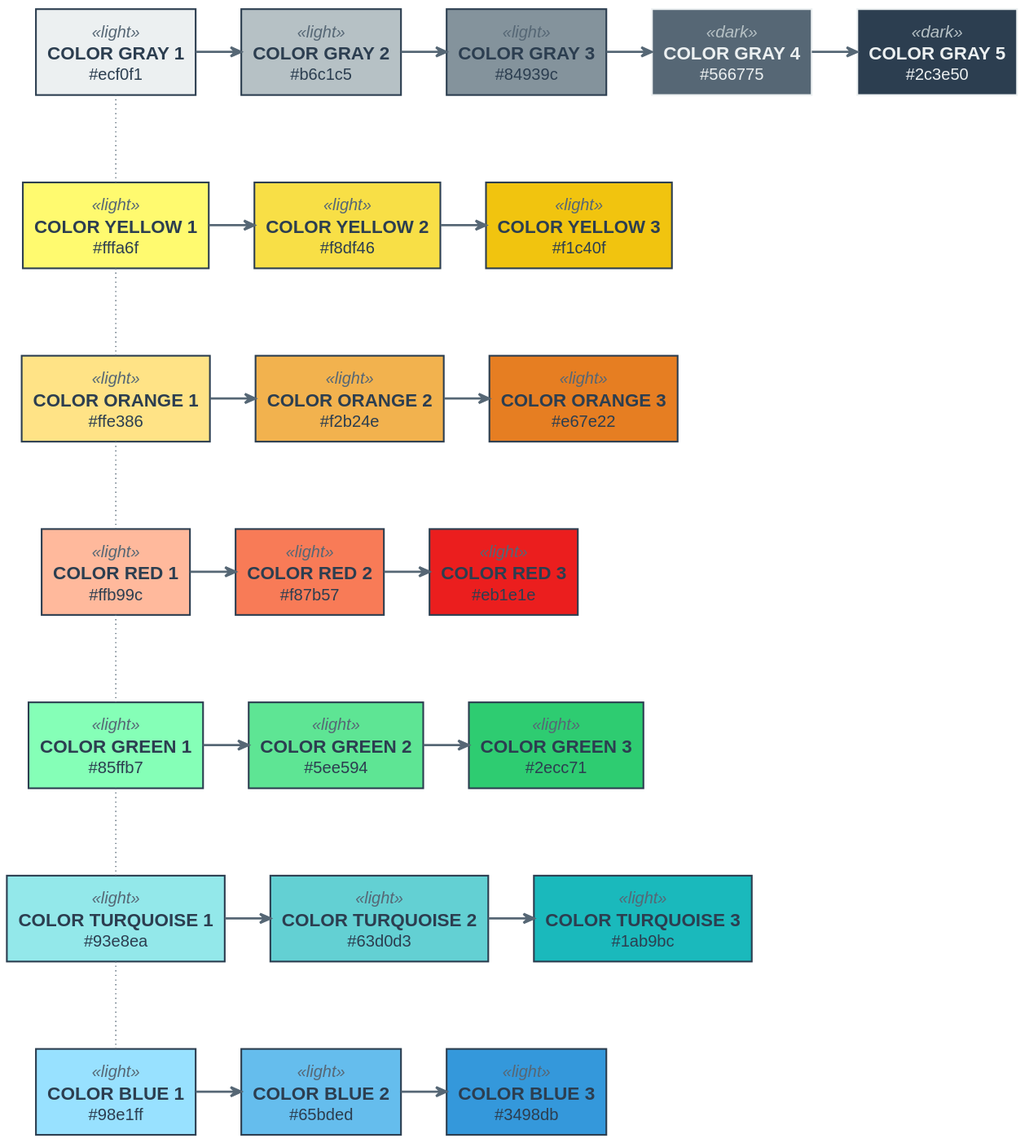
N0N4M3pl/plantuml-C4 keeps this PlantUML diagram as example/diagrams/doc.component.svg. Above is the earlier version. Its diagram source:
```plantuml
@startuml doc.component





skinparam defaultTextAlignment center
skinparam wrapWidth 200
skinparam maxMessageSize 150



















skinparam Note {
    FontColor #566775
    BackgroundColor white
    BorderColor #b6c1c5
}


skinparam actor<<person>> {
    StereotypeFontColor #2c3e50
    FontColor #2c3e50
    BackgroundColor #566775
    BorderColor #566775
    Shadowing false
}

skinparam Arrow {
    FontColor #2c3e50
    Color #566775
    FontSize 12
}



skinparam rectangle<<light>> {
    StereotypeFontColor #566775
    FontColor #2c3e50
    BorderColor #2c3e50
    Shadowing false
}

skinparam rectangle<<dark>> {
    StereotypeFontColor #b6c1c5
    FontColor #ecf0f1
    BorderColor #ecf0f1
    Shadowing false
}

top to bottom direction


rectangle "==COLOR GRAY 1\n#ecf0f1" <<light>> as ALIAS_COLOR_GRAY_1 #ecf0f1
rectangle "==COLOR GRAY 2\n#b6c1c5" <<light>> as ALIAS_COLOR_GRAY_2 #b6c1c5
rectangle "==COLOR GRAY 3\n#84939c" <<light>> as ALIAS_COLOR_GRAY_3 #84939c
rectangle "==COLOR GRAY 4\n#566775" <<dark>> as ALIAS_COLOR_GRAY_4 #566775
rectangle "==COLOR GRAY 5\n#2c3e50" <<dark>> as ALIAS_COLOR_GRAY_5 #2c3e50

rectangle "==COLOR YELLOW 1\n#fffa6f" <<light>> as ALIAS_COLOR_YELLOW_1 #fffa6f
rectangle "==COLOR YELLOW 2\n#f8df46" <<light>> as ALIAS_COLOR_YELLOW_2 #f8df46
rectangle "==COLOR YELLOW 3\n#f1c40f" <<light>> as ALIAS_COLOR_YELLOW_3 #f1c40f

rectangle "==COLOR ORANGE 1\n#ffe386" <<light>> as ALIAS_COLOR_ORANGE_1 #ffe386
rectangle "==COLOR ORANGE 2\n#f2b24e" <<light>> as ALIAS_COLOR_ORANGE_2 #f2b24e
rectangle "==COLOR ORANGE 3\n#e67e22" <<light>> as ALIAS_COLOR_ORANGE_3 #e67e22

rectangle "==COLOR RED 1\n#ffb99c" <<light>> as ALIAS_COLOR_RED_1 #ffb99c
rectangle "==COLOR RED 2\n#f87b57" <<light>> as ALIAS_COLOR_RED_2 #f87b57
rectangle "==COLOR RED 3\n#eb1e1e" <<light>> as ALIAS_COLOR_RED_3 #eb1e1e

rectangle "==COLOR GREEN 1\n#85ffb7" <<light>> as ALIAS_COLOR_GREEN_1 #85ffb7
rectangle "==COLOR GREEN 2\n#5ee594" <<light>> as ALIAS_COLOR_GREEN_2 #5ee594
rectangle "==COLOR GREEN 3\n#2ecc71" <<light>> as ALIAS_COLOR_GREEN_3 #2ecc71

rectangle "==COLOR TURQUOISE 1\n#93e8ea" <<light>> as ALIAS_COLOR_TURQUOISE_1 #93e8ea
rectangle "==COLOR TURQUOISE 2\n#63d0d3" <<light>> as ALIAS_COLOR_TURQUOISE_2 #63d0d3
rectangle "==COLOR TURQUOISE 3\n#1ab9bc" <<light>> as ALIAS_COLOR_TURQUOISE_3 #1ab9bc

rectangle "==COLOR BLUE 1\n#98e1ff" <<light>> as ALIAS_COLOR_BLUE_1 #98e1ff
rectangle "==COLOR BLUE 2\n#65bded" <<light>> as ALIAS_COLOR_BLUE_2 #65bded
rectangle "==COLOR BLUE 3\n#3498db" <<light>> as ALIAS_COLOR_BLUE_3 #3498db


ALIAS_COLOR_GRAY_1 =RIGHT=> ALIAS_COLOR_GRAY_2 : ""
ALIAS_COLOR_GRAY_2 =RIGHT=> ALIAS_COLOR_GRAY_3 : ""
ALIAS_COLOR_GRAY_3 =RIGHT=> ALIAS_COLOR_GRAY_4 : ""
ALIAS_COLOR_GRAY_4 =RIGHT=> ALIAS_COLOR_GRAY_5 : ""

ALIAS_COLOR_YELLOW_1 ~UP~ ALIAS_COLOR_GRAY_1 : ""
ALIAS_COLOR_YELLOW_1 =RIGHT=> ALIAS_COLOR_YELLOW_2 : ""
ALIAS_COLOR_YELLOW_2 =RIGHT=> ALIAS_COLOR_YELLOW_3 : ""

ALIAS_COLOR_ORANGE_1 ~UP~ ALIAS_COLOR_YELLOW_1 : ""
ALIAS_COLOR_ORANGE_1 =RIGHT=> ALIAS_COLOR_ORANGE_2 : ""
ALIAS_COLOR_ORANGE_2 =RIGHT=> ALIAS_COLOR_ORANGE_3 : ""

ALIAS_COLOR_RED_1 ~UP~ ALIAS_COLOR_ORANGE_1 : ""
ALIAS_COLOR_RED_1 =RIGHT=> ALIAS_COLOR_RED_2 : ""
ALIAS_COLOR_RED_2 =RIGHT=> ALIAS_COLOR_RED_3 : ""

ALIAS_COLOR_GREEN_1 ~UP~ ALIAS_COLOR_RED_1 : ""
ALIAS_COLOR_GREEN_1 =RIGHT=> ALIAS_COLOR_GREEN_2 : ""
ALIAS_COLOR_GREEN_2 =RIGHT=> ALIAS_COLOR_GREEN_3 : ""

ALIAS_COLOR_TURQUOISE_1 ~UP~ ALIAS_COLOR_GREEN_1 : ""
ALIAS_COLOR_TURQUOISE_1 =RIGHT=> ALIAS_COLOR_TURQUOISE_2 : ""
ALIAS_COLOR_TURQUOISE_2 =RIGHT=> ALIAS_COLOR_TURQUOISE_3 : ""

ALIAS_COLOR_BLUE_1 ~UP~ ALIAS_COLOR_TURQUOISE_1 : ""
ALIAS_COLOR_BLUE_1 =RIGHT=> ALIAS_COLOR_BLUE_2 : ""
ALIAS_COLOR_BLUE_2 =RIGHT=> ALIAS_COLOR_BLUE_3 : ""


@enduml
```
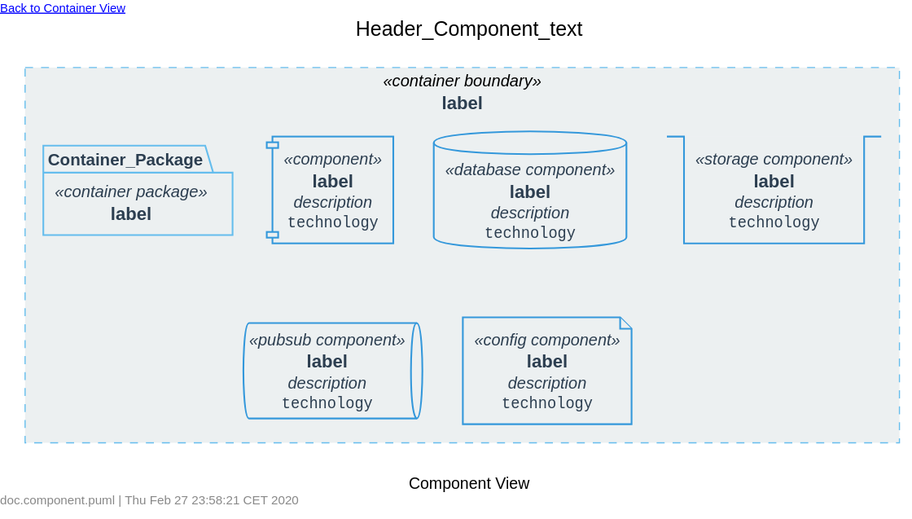
After the change.

Change to the diagram source:
```diff
@@ -1,4 +1,26 @@
 @startuml doc.component
+
+
+
+
+
+skinparam defaultTextAlignment center
+skinparam wrapWidth 200
+skinparam maxMessageSize 150
+
+
+
+
+
+
+
+
+
+
+
+
+
+
 
 
 
@@ -49,82 +71,96 @@
 
 
 
-skinparam rectangle<<light>> {
-    StereotypeFontColor #566775
+
+
+
+
+skinparam rectangle<<container boundary>> {
+    StereotypeFontColor #2c3e50
     FontColor #2c3e50
-    BorderColor #2c3e50
+    BackgroundColor #ecf0f1
+    BorderColor #65bded
+    BorderStyle dashed
+    BorderThickness 1
     Shadowing false
 }
 
-skinparam rectangle<<dark>> {
-    StereotypeFontColor #b6c1c5
-    FontColor #ecf0f1
-    BorderColor #ecf0f1
+skinparam package<<container package>> {
+    StereotypeFontColor #2c3e50
+    FontColor #2c3e50
+    BackgroundColor #ecf0f1
+    BorderColor #65bded
     Shadowing false
 }
+
+skinparam component<<component>> {
+    StereotypeFontColor #2c3e50
+    FontColor #2c3e50
+    BackgroundColor #ecf0f1
+    BorderColor #3498db
+    Shadowing false
+}
+
+skinparam queue<<pubsub component>> {
+    StereotypeFontColor #2c3e50
+    FontColor #2c3e50
+    BackgroundColor #ecf0f1
+    BorderColor #3498db
+    Shadowing false
+}
+
+skinparam database<<database component>> {
+    StereotypeFontColor #2c3e50
+    FontColor #2c3e50
+    BackgroundColor #ecf0f1
+    BorderColor #3498db
+    Shadowing false
+}
+
+skinparam stack<<storage component>> {
+    StereotypeFontColor #2c3e50
+    FontColor #2c3e50
+    BackgroundColor #ecf0f1
+    BorderColor #3498db
+    Shadowing false
+}
+
+skinparam file<<config component>> {
+    StereotypeFontColor #2c3e50
+    FontColor #2c3e50
+    BackgroundColor #ecf0f1
+    BorderColor #3498db
+    Shadowing false
+}
+
+
+
+left header [[Header_Component_link Back to Container View]]
+title Header_Component_text
 
 top to bottom direction
 
 
-rectangle "==COLOR GRAY 1\n#ecf0f1" <<light>> as ALIAS_COLOR_GRAY_1 #ecf0f1
-rectangle "==COLOR GRAY 2\n#b6c1c5" <<light>> as ALIAS_COLOR_GRAY_2 #b6c1c5
-rectangle "==COLOR GRAY 3\n#84939c" <<light>> as ALIAS_COLOR_GRAY_3 #84939c
-rectangle "==COLOR GRAY 4\n#566775" <<dark>> as ALIAS_COLOR_GRAY_4 #566775
-rectangle "==COLOR GRAY 5\n#2c3e50" <<dark>> as ALIAS_COLOR_GRAY_5 #2c3e50
+rectangle "==label" <<container boundary>> as Container_Boundary {
 
-rectangle "==COLOR YELLOW 1\n#fffa6f" <<light>> as ALIAS_COLOR_YELLOW_1 #fffa6f
-rectangle "==COLOR YELLOW 2\n#f8df46" <<light>> as ALIAS_COLOR_YELLOW_2 #f8df46
-rectangle "==COLOR YELLOW 3\n#f1c40f" <<light>> as ALIAS_COLOR_YELLOW_3 #f1c40f
+    package "==label" <<container package>> as Container_Package {
 
-rectangle "==COLOR ORANGE 1\n#ffe386" <<light>> as ALIAS_COLOR_ORANGE_1 #ffe386
-rectangle "==COLOR ORANGE 2\n#f2b24e" <<light>> as ALIAS_COLOR_ORANGE_2 #f2b24e
-rectangle "==COLOR ORANGE 3\n#e67e22" <<light>> as ALIAS_COLOR_ORANGE_3 #e67e22
+    }
 
-rectangle "==COLOR RED 1\n#ffb99c" <<light>> as ALIAS_COLOR_RED_1 #ffb99c
-rectangle "==COLOR RED 2\n#f87b57" <<light>> as ALIAS_COLOR_RED_2 #f87b57
-rectangle "==COLOR RED 3\n#eb1e1e" <<light>> as ALIAS_COLOR_RED_3 #eb1e1e
+    component "==label\n //description//\n ""technology"" " <<component>> as Component_alias [[link]]
 
-rectangle "==COLOR GREEN 1\n#85ffb7" <<light>> as ALIAS_COLOR_GREEN_1 #85ffb7
-rectangle "==COLOR GREEN 2\n#5ee594" <<light>> as ALIAS_COLOR_GREEN_2 #5ee594
-rectangle "==COLOR GREEN 3\n#2ecc71" <<light>> as ALIAS_COLOR_GREEN_3 #2ecc71
+    database "==label\n //description//\n ""technology"" " <<database component>> as Component_Database_alias [[link]]
 
-rectangle "==COLOR TURQUOISE 1\n#93e8ea" <<light>> as ALIAS_COLOR_TURQUOISE_1 #93e8ea
-rectangle "==COLOR TURQUOISE 2\n#63d0d3" <<light>> as ALIAS_COLOR_TURQUOISE_2 #63d0d3
-rectangle "==COLOR TURQUOISE 3\n#1ab9bc" <<light>> as ALIAS_COLOR_TURQUOISE_3 #1ab9bc
+    stack "==label\n //description//\n ""technology"" " <<storage component>> as Component_Storage_alias [[link]]
 
-rectangle "==COLOR BLUE 1\n#98e1ff" <<light>> as ALIAS_COLOR_BLUE_1 #98e1ff
-rectangle "==COLOR BLUE 2\n#65bded" <<light>> as ALIAS_COLOR_BLUE_2 #65bded
-rectangle "==COLOR BLUE 3\n#3498db" <<light>> as ALIAS_COLOR_BLUE_3 #3498db
+    queue "==label\n //description//\n ""technology"" " <<pubsub component>> as Component_PubSub_alias [[link]]
+
+    file "==label\n //description//\n ""technology"" " <<config component>> as Component_Config_alias [[link]]
+
+}
 
 
-ALIAS_COLOR_GRAY_1 =RIGHT=> ALIAS_COLOR_GRAY_2 : ""
-ALIAS_COLOR_GRAY_2 =RIGHT=> ALIAS_COLOR_GRAY_3 : ""
-ALIAS_COLOR_GRAY_3 =RIGHT=> ALIAS_COLOR_GRAY_4 : ""
-ALIAS_COLOR_GRAY_4 =RIGHT=> ALIAS_COLOR_GRAY_5 : ""
-
-ALIAS_COLOR_YELLOW_1 ~UP~ ALIAS_COLOR_GRAY_1 : ""
-ALIAS_COLOR_YELLOW_1 =RIGHT=> ALIAS_COLOR_YELLOW_2 : ""
-ALIAS_COLOR_YELLOW_2 =RIGHT=> ALIAS_COLOR_YELLOW_3 : ""
-
-ALIAS_COLOR_ORANGE_1 ~UP~ ALIAS_COLOR_YELLOW_1 : ""
-ALIAS_COLOR_ORANGE_1 =RIGHT=> ALIAS_COLOR_ORANGE_2 : ""
-ALIAS_COLOR_ORANGE_2 =RIGHT=> ALIAS_COLOR_ORANGE_3 : ""
-
-ALIAS_COLOR_RED_1 ~UP~ ALIAS_COLOR_ORANGE_1 : ""
-ALIAS_COLOR_RED_1 =RIGHT=> ALIAS_COLOR_RED_2 : ""
-ALIAS_COLOR_RED_2 =RIGHT=> ALIAS_COLOR_RED_3 : ""
-
-ALIAS_COLOR_GREEN_1 ~UP~ ALIAS_COLOR_RED_1 : ""
-ALIAS_COLOR_GREEN_1 =RIGHT=> ALIAS_COLOR_GREEN_2 : ""
-ALIAS_COLOR_GREEN_2 =RIGHT=> ALIAS_COLOR_GREEN_3 : ""
-
-ALIAS_COLOR_TURQUOISE_1 ~UP~ ALIAS_COLOR_GREEN_1 : ""
-ALIAS_COLOR_TURQUOISE_1 =RIGHT=> ALIAS_COLOR_TURQUOISE_2 : ""
-ALIAS_COLOR_TURQUOISE_2 =RIGHT=> ALIAS_COLOR_TURQUOISE_3 : ""
-
-ALIAS_COLOR_BLUE_1 ~UP~ ALIAS_COLOR_TURQUOISE_1 : ""
-ALIAS_COLOR_BLUE_1 =RIGHT=> ALIAS_COLOR_BLUE_2 : ""
-ALIAS_COLOR_BLUE_2 =RIGHT=> ALIAS_COLOR_BLUE_3 : ""
-
+caption Component View
+left footer doc.component.puml | Thu Feb 27 23:58:21 CET 2020
 
 @enduml
```
